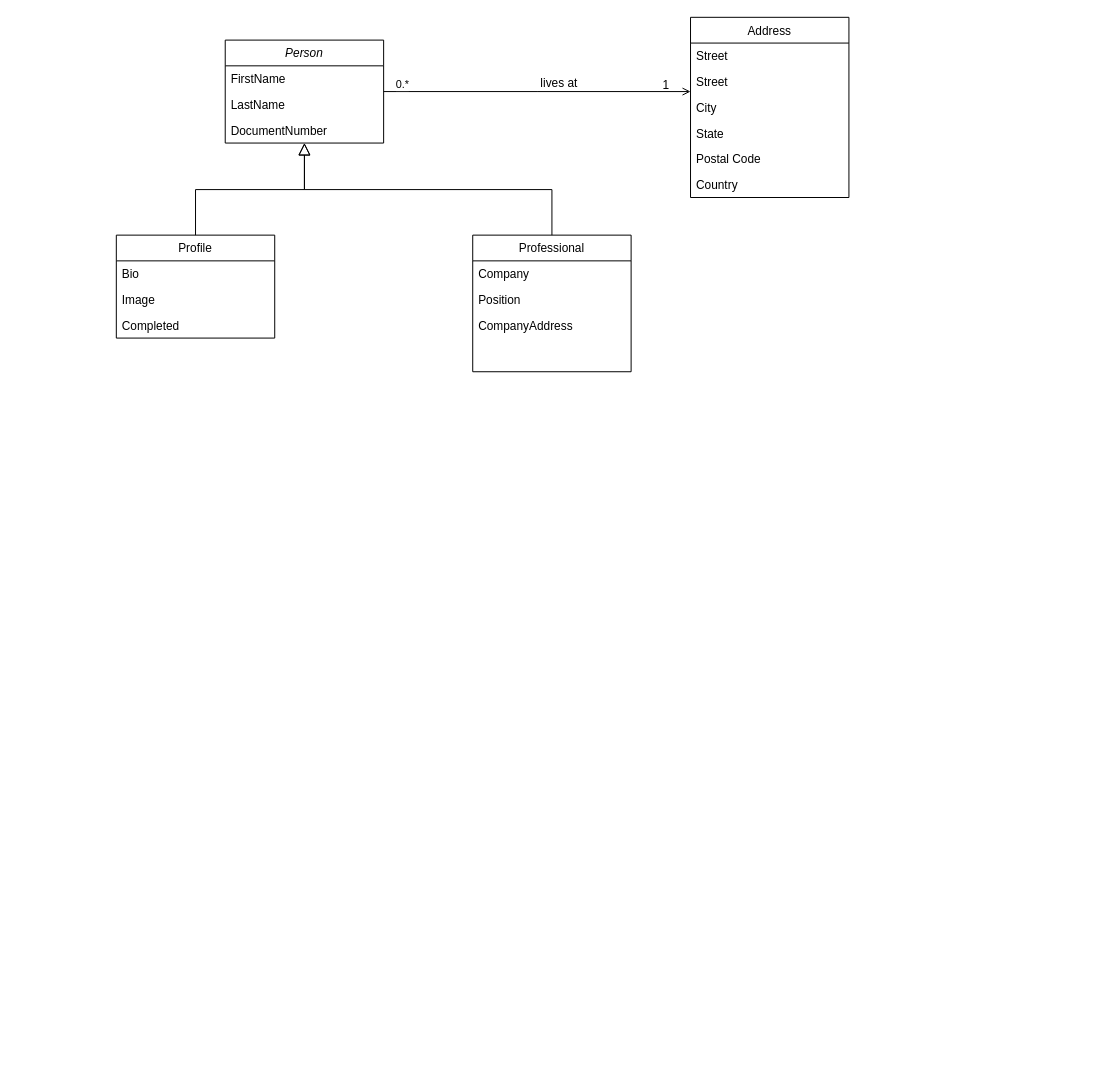
The draw.io diagram shared/Diagrams.net/Class Diagram.drawio in messiasGeovani/specialister-docs, before the edit. Source tidied: cells renumbered, new cells numbered last; positions are measured from the earlier drawing's top-left corner, leaving out a move shared by most shapes. Both pictures are drawn from the tidied source at 99%, with x=0, y=0 at pixel (116, 17).
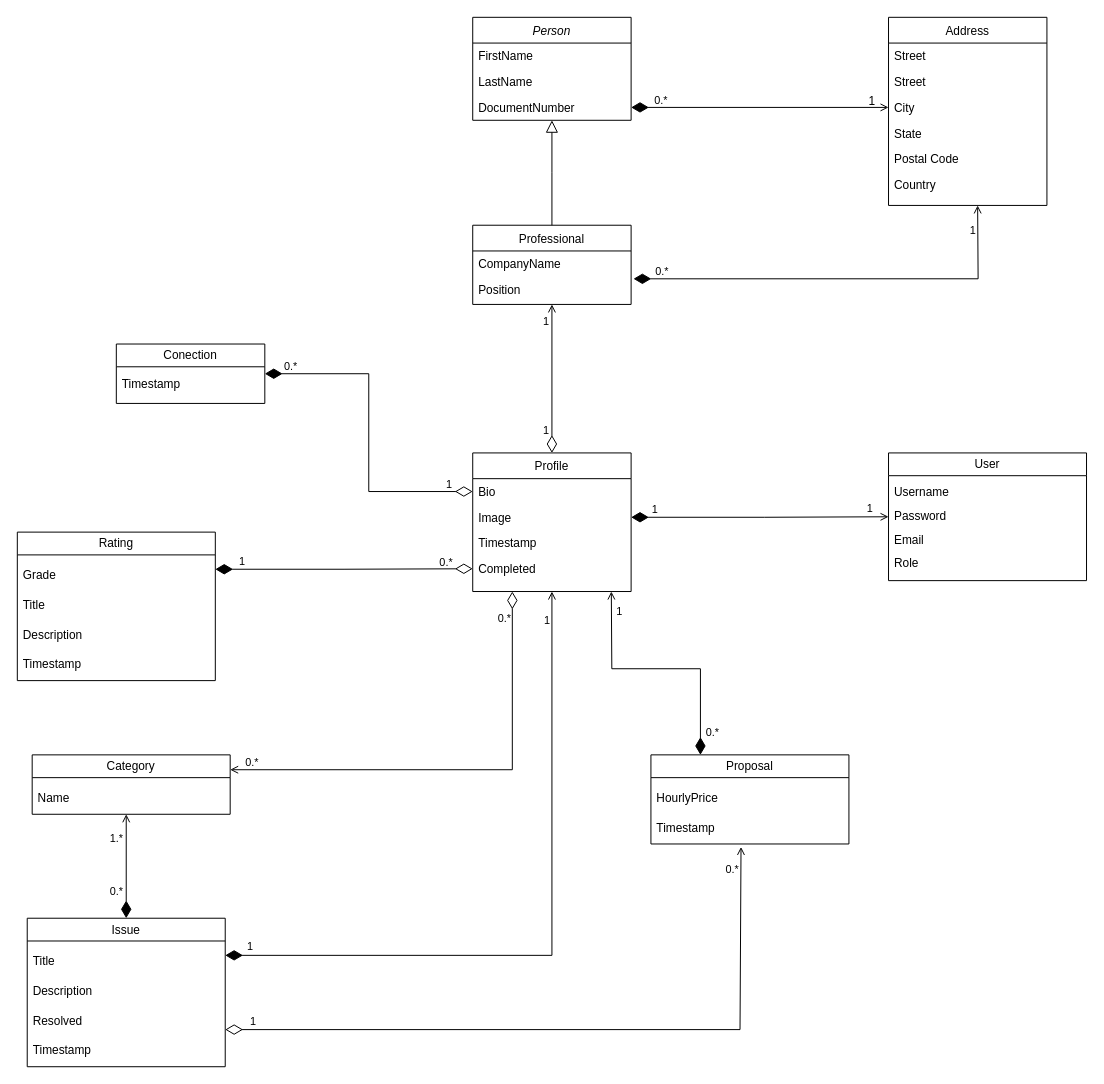
After the change.

Unchanged cells that the change refers to:
```xml
<mxCell id="12" value="Bio" style="text;align=left;verticalAlign=top;spacingLeft=4;spacingRight=4;overflow=hidden;points=[[0,0.5],[1,0.5]];portConstraint=eastwest;" parent="11" vertex="1">
  <mxGeometry y="26" width="160" height="26" as="geometry" />
</mxCell>
<mxCell id="13" value="Image" style="text;align=left;verticalAlign=top;spacingLeft=4;spacingRight=4;overflow=hidden;points=[[0,0.5],[1,0.5]];portConstraint=eastwest;" parent="11" vertex="1">
  <mxGeometry y="52" width="160" height="26" as="geometry" />
</mxCell>
<mxCell id="19" value="City" style="text;align=left;verticalAlign=top;spacingLeft=4;spacingRight=4;overflow=hidden;points=[[0,0.5],[1,0.5]];portConstraint=eastwest;rounded=0;shadow=0;html=0;" parent="16" vertex="1">
  <mxGeometry y="78" width="160" height="26" as="geometry" />
</mxCell>
```

The edit, as a diff of the source:
```diff
@@
     <mxCell id="2" value="Person" style="swimlane;fontStyle=2;align=center;verticalAlign=top;horizontal=1;startSize=26;rounded=0;shadow=0;strokeWidth=1;" parent="1" vertex="1">
-      <mxGeometry x="110" y="23" width="160" height="104" as="geometry" />
+      <mxGeometry x="360" width="160" height="104" as="geometry" />
     </mxCell>
@@
     <mxCell id="6" value="Professional" style="swimlane;fontStyle=0;align=center;verticalAlign=top;horizontal=1;startSize=26;rounded=0;shadow=0;strokeWidth=1;" parent="1" vertex="1">
-      <mxGeometry x="360" y="220" width="160" height="138" as="geometry" />
+      <mxGeometry x="360" y="210" width="160" height="80" as="geometry" />
     </mxCell>
-    <mxCell id="7" value="Company" style="text;align=left;verticalAlign=top;spacingLeft=4;spacingRight=4;overflow=hidden;points=[[0,0.5],[1,0.5]];portConstraint=eastwest;" parent="6" vertex="1">
+    <mxCell id="7" value="CompanyName" style="text;align=left;verticalAlign=top;spacingLeft=4;spacingRight=4;overflow=hidden;points=[[0,0.5],[1,0.5]];portConstraint=eastwest;" parent="6" vertex="1">
       <mxGeometry y="26" width="160" height="26" as="geometry" />
     </mxCell>
@@
-    <mxCell id="9" value="CompanyAddress" style="text;align=left;verticalAlign=top;spacingLeft=4;spacingRight=4;overflow=hidden;rounded=0;shadow=0;html=0;" parent="6" vertex="1">
-      <mxGeometry y="78" width="160" height="26" as="geometry" />
-    </mxCell>
@@
+    <mxCell id="27" style="edgeStyle=orthogonalEdgeStyle;rounded=0;jettySize=auto;html=1;exitX=0.5;exitY=0;exitDx=0;exitDy=0;entryX=0.5;entryY=1;entryDx=0;entryDy=0;endArrow=open;endFill=0;startArrow=diamondThin;startFill=0;startSize=15;" parent="1" edge="1" source="11" target="6">
+      <mxGeometry relative="1" as="geometry" />
+    </mxCell>
+    <mxCell id="28" value="1" style="edgeLabel;html=1;align=center;verticalAlign=middle;labelBackgroundColor=none;" parent="27" vertex="1">
+      <mxGeometry x="0.68" y="2" relative="1" as="geometry">
+        <mxPoint x="-5" y="-8" as="offset" />
+      </mxGeometry>
+    </mxCell>
+    <mxCell id="29" value="1" style="edgeLabel;html=1;align=center;verticalAlign=middle;labelBackgroundColor=none;" parent="27" vertex="1">
+      <mxGeometry x="-0.81" relative="1" as="geometry">
+        <mxPoint x="-7" y="-10" as="offset" />
+      </mxGeometry>
+    </mxCell>
+    <mxCell id="30" style="edgeStyle=orthogonalEdgeStyle;rounded=0;jettySize=auto;html=1;entryX=1;entryY=0.25;entryDx=0;entryDy=0;endArrow=diamondThin;endFill=1;endSize=15;startArrow=open;startFill=0;exitX=0.5;exitY=1;exitDx=0;exitDy=0;" parent="1" edge="1" source="11" target="61">
+      <mxGeometry relative="1" as="geometry" />
+    </mxCell>
+    <mxCell id="31" value="1" style="edgeLabel;html=1;align=center;verticalAlign=middle;labelBackgroundColor=none;" parent="30" vertex="1">
+      <mxGeometry x="0.91" relative="1" as="geometry">
+        <mxPoint x="-7" y="-9" as="offset" />
+      </mxGeometry>
+    </mxCell>
+    <mxCell id="32" value="1" style="edgeLabel;html=1;align=center;verticalAlign=middle;labelBackgroundColor=none;" parent="30" vertex="1">
+      <mxGeometry x="-0.92" y="1" relative="1" as="geometry">
+        <mxPoint x="-7" as="offset" />
+      </mxGeometry>
+    </mxCell>
     <mxCell id="11" value="Profile" style="swimlane;fontStyle=0;align=center;verticalAlign=top;horizontal=1;startSize=26;rounded=0;shadow=0;strokeWidth=1;" parent="1" vertex="1">
-      <mxGeometry y="220" width="160" height="104" as="geometry" />
+      <mxGeometry x="360" y="440" width="160" height="140" as="geometry" />
     </mxCell>
@@
-    <mxCell id="14" value="Completed" style="text;align=left;verticalAlign=top;spacingLeft=4;spacingRight=4;overflow=hidden;" parent="11" vertex="1">
+    <mxCell id="14" value="Timestamp" style="text;align=left;verticalAlign=top;spacingLeft=4;spacingRight=4;overflow=hidden;" parent="11" vertex="1">
       <mxGeometry y="78" width="160" height="26" as="geometry" />
     </mxCell>
-    <mxCell id="15" style="endArrow=block;endSize=10;endFill=0;shadow=0;strokeWidth=1;rounded=0;edgeStyle=elbowEdgeStyle;elbow=vertical;" parent="1" edge="1" source="11" target="2">
-      <mxGeometry relative="1" as="geometry" />
-    </mxCell>
+    <mxCell id="33" value="Completed" style="text;align=left;verticalAlign=top;spacingLeft=4;spacingRight=4;overflow=hidden;points=[[0,0.5],[1,0.5]];portConstraint=eastwest;" parent="11" vertex="1">
+      <mxGeometry y="104" width="160" height="26" as="geometry" />
+    </mxCell>
     <mxCell id="16" value="Address" style="swimlane;fontStyle=0;align=center;verticalAlign=top;horizontal=1;startSize=26;rounded=0;shadow=0;strokeWidth=1;" parent="1" vertex="1">
-      <mxGeometry x="580" width="160" height="182" as="geometry" />
+      <mxGeometry x="780" width="160" height="190" as="geometry" />
     </mxCell>
@@
-    <mxCell id="23" style="endArrow=open;shadow=0;strokeWidth=1;rounded=0;endFill=1;edgeStyle=elbowEdgeStyle;elbow=vertical;fontFamily=Helvetica;" parent="1" edge="1" source="2" target="16">
+    <mxCell id="23" style="endArrow=open;shadow=0;strokeWidth=1;rounded=0;endFill=1;edgeStyle=elbowEdgeStyle;elbow=vertical;fontFamily=Helvetica;entryX=0;entryY=0.5;entryDx=0;entryDy=0;startArrow=diamondThin;startFill=1;startSize=15;" parent="1" edge="1" source="2" target="19">
       <mxGeometry x="0.5" y="41" relative="1" as="geometry">
         <mxPoint x="-40" y="32" as="offset" />
       </mxGeometry>
     </mxCell>
     <mxCell id="24" value="1" style="align=right;verticalAlign=bottom;labelBackgroundColor=none;fontSize=12;" parent="23" vertex="1">
       <mxGeometry x="1" relative="1" as="geometry">
-        <mxPoint x="-20" y="2" as="offset" />
+        <mxPoint x="-12" y="2" as="offset" />
       </mxGeometry>
     </mxCell>
-    <mxCell id="25" value="lives at" style="text;html=1;align=center;verticalAlign=middle;labelBackgroundColor=none;rounded=0;shadow=0;strokeWidth=1;fontSize=12;" parent="23" vertex="1">
-      <mxGeometry x="0.5" y="49" relative="1" as="geometry">
-        <mxPoint x="-57" y="40" as="offset" />
-      </mxGeometry>
-    </mxCell>
-    <mxCell id="26" value="0.*" style="edgeLabel;html=1;align=center;verticalAlign=middle;" parent="23" vertex="1">
+    <mxCell id="26" value="0.*" style="edgeLabel;html=1;align=center;verticalAlign=middle;labelBackgroundColor=none;" parent="23" vertex="1">
       <mxGeometry x="-0.88" y="-1" relative="1" as="geometry">
-        <mxPoint x="-1" y="-9" as="offset" />
+        <mxPoint x="13" y="-9" as="offset" />
       </mxGeometry>
     </mxCell>
+    <mxCell id="34" style="edgeStyle=orthogonalEdgeStyle;rounded=0;jettySize=auto;html=1;endArrow=open;endFill=0;exitX=1.015;exitY=1.082;exitDx=0;exitDy=0;exitPerimeter=0;startArrow=diamondThin;startFill=1;startSize=15;" parent="1" edge="1" source="7">
+      <mxGeometry relative="1" as="geometry">
+        <mxPoint x="870" y="190" as="targetPoint" />
+      </mxGeometry>
+    </mxCell>
+    <mxCell id="35" value="1" style="edgeLabel;html=1;align=center;verticalAlign=middle;labelBackgroundColor=none;" parent="34" vertex="1">
+      <mxGeometry x="0.82" y="-2" relative="1" as="geometry">
+        <mxPoint x="-8" y="-14" as="offset" />
+      </mxGeometry>
+    </mxCell>
+    <mxCell id="36" value="0.*" style="edgeLabel;html=1;align=center;verticalAlign=middle;labelBackgroundColor=none;" parent="34" vertex="1">
+      <mxGeometry x="-0.93" y="-1" relative="1" as="geometry">
+        <mxPoint x="13" y="-9" as="offset" />
+      </mxGeometry>
+    </mxCell>
+    <mxCell id="37" value="&lt;span style=&quot;font-weight: normal;&quot;&gt;User&lt;/span&gt;" style="swimlane;whiteSpace=wrap;html=1;" parent="1" vertex="1">
+      <mxGeometry x="780" y="440" width="200" height="129" as="geometry" />
+    </mxCell>
+    <mxCell id="38" value="Username" style="text;strokeColor=none;fillColor=none;align=left;verticalAlign=top;rounded=0;spacingLeft=4;spacingRight=4;" parent="37" vertex="1">
+      <mxGeometry y="26" width="200" height="24" as="geometry" />
+    </mxCell>
+    <mxCell id="39" value="Password" style="text;strokeColor=none;fillColor=none;align=left;verticalAlign=top;rounded=0;spacingLeft=4;spacingRight=4;" parent="37" vertex="1">
+      <mxGeometry y="50" width="200" height="24" as="geometry" />
+    </mxCell>
+    <mxCell id="40" value="Email" style="text;strokeColor=none;fillColor=none;align=left;verticalAlign=top;rounded=0;spacingLeft=4;spacingRight=4;" parent="37" vertex="1">
+      <mxGeometry y="74" width="200" height="24" as="geometry" />
+    </mxCell>
+    <mxCell id="41" value="Role" style="text;strokeColor=none;fillColor=none;align=left;verticalAlign=top;rounded=0;spacingLeft=4;spacingRight=4;" parent="37" vertex="1">
+      <mxGeometry y="98" width="200" height="24" as="geometry" />
+    </mxCell>
+    <mxCell id="42" style="edgeStyle=orthogonalEdgeStyle;rounded=0;jettySize=auto;html=1;entryX=0;entryY=0.5;entryDx=0;entryDy=0;endArrow=open;endFill=0;exitX=1;exitY=0.5;exitDx=0;exitDy=0;startArrow=diamondThin;startFill=1;startSize=15;" parent="1" edge="1" source="13" target="37">
+      <mxGeometry relative="1" as="geometry" />
+    </mxCell>
+    <mxCell id="43" value="1" style="edgeLabel;html=1;align=center;verticalAlign=middle;labelBackgroundColor=none;" parent="42" vertex="1">
+      <mxGeometry x="-0.79" y="2" relative="1" as="geometry">
+        <mxPoint x="-4" y="-7" as="offset" />
+      </mxGeometry>
+    </mxCell>
+    <mxCell id="44" value="1" style="edgeLabel;html=1;align=center;verticalAlign=middle;labelBackgroundColor=none;" parent="42" vertex="1">
+      <mxGeometry x="0.83" y="1" relative="1" as="geometry">
+        <mxPoint x="3" y="-8" as="offset" />
+      </mxGeometry>
+    </mxCell>
+    <mxCell id="45" style="edgeStyle=orthogonalEdgeStyle;rounded=0;jettySize=auto;html=1;entryX=0;entryY=0.5;entryDx=0;entryDy=0;endArrow=diamondThin;endFill=0;endSize=15;startArrow=diamondThin;startFill=1;startSize=15;exitX=1;exitY=0.5;exitDx=0;exitDy=0;" parent="1" edge="1" source="48" target="12">
+      <mxGeometry relative="1" as="geometry" />
+    </mxCell>
+    <mxCell id="46" value="1" style="edgeLabel;html=1;align=center;verticalAlign=middle;labelBackgroundColor=none;" parent="45" vertex="1">
+      <mxGeometry x="0.82" y="1" relative="1" as="geometry">
+        <mxPoint x="5" y="-7" as="offset" />
+      </mxGeometry>
+    </mxCell>
+    <mxCell id="47" value="0.*" style="edgeLabel;html=1;align=center;verticalAlign=middle;labelBackgroundColor=none;" parent="45" vertex="1">
+      <mxGeometry x="-0.7" y="3" relative="1" as="geometry">
+        <mxPoint x="-24" y="-5" as="offset" />
+      </mxGeometry>
+    </mxCell>
+    <mxCell id="48" value="&lt;span style=&quot;font-weight: normal;&quot;&gt;Conection&lt;/span&gt;" style="swimlane;whiteSpace=wrap;html=1;" parent="1" vertex="1">
+      <mxGeometry y="330" width="150" height="60" as="geometry" />
+    </mxCell>
+    <mxCell id="49" value="Timestamp" style="text;html=1;strokeColor=none;fillColor=none;align=left;verticalAlign=middle;whiteSpace=wrap;rounded=0;spacingLeft=4;spacingRight=4;" parent="48" vertex="1">
+      <mxGeometry y="26" width="140" height="30" as="geometry" />
+    </mxCell>
+    <mxCell id="50" style="edgeStyle=orthogonalEdgeStyle;rounded=0;jettySize=auto;html=1;exitX=1;exitY=0.25;exitDx=0;exitDy=0;entryX=0;entryY=0.5;entryDx=0;entryDy=0;endArrow=diamondThin;endFill=0;endSize=15;startArrow=diamondThin;startFill=1;startSize=15;" parent="1" edge="1" source="53" target="33">
+      <mxGeometry relative="1" as="geometry" />
+    </mxCell>
+    <mxCell id="51" value="1" style="edgeLabel;html=1;align=center;verticalAlign=middle;labelBackgroundColor=none;" parent="50" vertex="1">
+      <mxGeometry x="-0.78" y="-3" relative="1" as="geometry">
+        <mxPoint x="-3" y="-11" as="offset" />
+      </mxGeometry>
+    </mxCell>
+    <mxCell id="52" value="0.*" style="edgeLabel;html=1;align=center;verticalAlign=middle;labelBackgroundColor=none;" parent="50" vertex="1">
+      <mxGeometry x="0.78" y="1" relative="1" as="geometry">
+        <mxPoint x="1" y="-6" as="offset" />
+      </mxGeometry>
+    </mxCell>
+    <mxCell id="53" value="&lt;span style=&quot;font-weight: normal;&quot;&gt;Rating&lt;/span&gt;" style="swimlane;whiteSpace=wrap;html=1;" parent="1" vertex="1">
+      <mxGeometry x="-100" y="520" width="200" height="150" as="geometry" />
+    </mxCell>
+    <mxCell id="54" value="Grade" style="text;html=1;strokeColor=none;fillColor=none;align=left;verticalAlign=top;whiteSpace=wrap;rounded=0;spacingLeft=4;spacingRight=4;" parent="53" vertex="1">
+      <mxGeometry y="30" width="190" height="30" as="geometry" />
+    </mxCell>
+    <mxCell id="55" value="Title" style="text;html=1;strokeColor=none;fillColor=none;align=left;verticalAlign=top;whiteSpace=wrap;rounded=0;spacingLeft=4;spacingRight=4;" parent="53" vertex="1">
+      <mxGeometry y="60" width="190" height="30" as="geometry" />
+    </mxCell>
+    <mxCell id="56" value="Description" style="text;html=1;strokeColor=none;fillColor=none;align=left;verticalAlign=top;whiteSpace=wrap;rounded=0;spacingLeft=4;spacingRight=4;" parent="53" vertex="1">
+      <mxGeometry y="90" width="190" height="30" as="geometry" />
+    </mxCell>
+    <mxCell id="57" value="Timestamp" style="text;html=1;strokeColor=none;fillColor=none;align=left;verticalAlign=top;whiteSpace=wrap;rounded=0;spacingLeft=4;spacingRight=4;" parent="53" vertex="1">
+      <mxGeometry y="120" width="190" height="30" as="geometry" />
+    </mxCell>
+    <mxCell id="58" style="edgeStyle=orthogonalEdgeStyle;rounded=0;jettySize=auto;html=1;exitX=1;exitY=0.75;exitDx=0;exitDy=0;endArrow=open;endFill=0;startArrow=diamondThin;startFill=0;startSize=15;entryX=0.455;entryY=1.1;entryDx=0;entryDy=0;entryPerimeter=0;" parent="1" edge="1" source="61" target="71">
+      <mxGeometry relative="1" as="geometry">
+        <Array as="points">
+          <mxPoint x="630" y="1023" />
+        </Array>
+      </mxGeometry>
+    </mxCell>
+    <mxCell id="59" value="1" style="edgeLabel;html=1;align=center;verticalAlign=middle;labelBackgroundColor=none;" parent="58" vertex="1">
+      <mxGeometry x="-0.84" y="-1" relative="1" as="geometry">
+        <mxPoint x="-29" y="-10" as="offset" />
+      </mxGeometry>
+    </mxCell>
+    <mxCell id="60" value="0.*" style="edgeLabel;html=1;align=center;verticalAlign=middle;labelBackgroundColor=none;" parent="58" vertex="1">
+      <mxGeometry x="0.73" y="-2" relative="1" as="geometry">
+        <mxPoint x="-11" y="-73" as="offset" />
+      </mxGeometry>
+    </mxCell>
+    <mxCell id="61" value="&lt;span style=&quot;font-weight: normal;&quot;&gt;Issue&lt;/span&gt;" style="swimlane;whiteSpace=wrap;html=1;" parent="1" vertex="1">
+      <mxGeometry x="-90" y="910" width="200" height="150" as="geometry" />
+    </mxCell>
+    <mxCell id="62" value="Title" style="text;html=1;strokeColor=none;fillColor=none;align=left;verticalAlign=top;whiteSpace=wrap;rounded=0;spacingLeft=4;spacingRight=4;" parent="61" vertex="1">
+      <mxGeometry y="30" width="190" height="30" as="geometry" />
+    </mxCell>
+    <mxCell id="63" value="Description" style="text;html=1;strokeColor=none;fillColor=none;align=left;verticalAlign=top;whiteSpace=wrap;rounded=0;spacingLeft=4;spacingRight=4;" parent="61" vertex="1">
+      <mxGeometry y="60" width="190" height="30" as="geometry" />
+    </mxCell>
+    <mxCell id="64" value="Resolved" style="text;html=1;strokeColor=none;fillColor=none;align=left;verticalAlign=top;whiteSpace=wrap;rounded=0;spacingLeft=4;spacingRight=4;" parent="61" vertex="1">
+      <mxGeometry y="90" width="190" height="30" as="geometry" />
+    </mxCell>
+    <mxCell id="65" value="Timestamp" style="text;html=1;strokeColor=none;fillColor=none;align=left;verticalAlign=top;whiteSpace=wrap;rounded=0;spacingLeft=4;spacingRight=4;" parent="61" vertex="1">
+      <mxGeometry y="120" width="190" height="30" as="geometry" />
+    </mxCell>
+    <mxCell id="66" style="edgeStyle=orthogonalEdgeStyle;rounded=0;jettySize=auto;html=1;exitX=0.25;exitY=0;exitDx=0;exitDy=0;endArrow=open;endFill=0;startArrow=diamondThin;startFill=1;startSize=15;" parent="1" edge="1" source="69">
+      <mxGeometry relative="1" as="geometry">
+        <mxPoint x="500" y="580" as="targetPoint" />
+      </mxGeometry>
+    </mxCell>
+    <mxCell id="67" value="1" style="edgeLabel;html=1;align=center;verticalAlign=middle;labelBackgroundColor=none;" parent="66" vertex="1">
+      <mxGeometry x="0.85" y="1" relative="1" as="geometry">
+        <mxPoint x="8" as="offset" />
+      </mxGeometry>
+    </mxCell>
+    <mxCell id="68" value="0.*" style="edgeLabel;html=1;align=center;verticalAlign=middle;labelBackgroundColor=none;" parent="66" vertex="1">
+      <mxGeometry x="-0.76" y="1" relative="1" as="geometry">
+        <mxPoint x="12" y="7" as="offset" />
+      </mxGeometry>
+    </mxCell>
+    <mxCell id="69" value="&lt;span style=&quot;font-weight: normal;&quot;&gt;Proposal&lt;/span&gt;" style="swimlane;whiteSpace=wrap;html=1;" parent="1" vertex="1">
+      <mxGeometry x="540" y="745" width="200" height="90" as="geometry" />
+    </mxCell>
+    <mxCell id="70" value="HourlyPrice" style="text;html=1;strokeColor=none;fillColor=none;align=left;verticalAlign=top;whiteSpace=wrap;rounded=0;spacingLeft=4;spacingRight=4;" parent="69" vertex="1">
+      <mxGeometry y="30" width="200" height="30" as="geometry" />
+    </mxCell>
+    <mxCell id="71" value="Timestamp" style="text;html=1;strokeColor=none;fillColor=none;align=left;verticalAlign=top;whiteSpace=wrap;rounded=0;spacingLeft=4;spacingRight=4;" parent="69" vertex="1">
+      <mxGeometry y="60" width="200" height="30" as="geometry" />
+    </mxCell>
+    <mxCell id="72" style="edgeStyle=orthogonalEdgeStyle;rounded=0;jettySize=auto;html=1;exitX=1;exitY=0.25;exitDx=0;exitDy=0;entryX=0.25;entryY=1;entryDx=0;entryDy=0;labelBackgroundColor=default;endArrow=diamondThin;endFill=0;endSize=15;startArrow=open;startFill=0;" parent="1" edge="1" source="75" target="11">
+      <mxGeometry relative="1" as="geometry" />
+    </mxCell>
+    <mxCell id="73" value="0.*" style="edgeLabel;html=1;align=center;verticalAlign=middle;labelBackgroundColor=none;" parent="72" vertex="1">
+      <mxGeometry x="0.82" y="-2" relative="1" as="geometry">
+        <mxPoint x="-11" y="-16" as="offset" />
+      </mxGeometry>
+    </mxCell>
+    <mxCell id="74" value="0.*" style="edgeLabel;html=1;align=center;verticalAlign=middle;labelBackgroundColor=none;" parent="72" vertex="1">
+      <mxGeometry x="-0.87" y="-2" relative="1" as="geometry">
+        <mxPoint x="-9" y="-10" as="offset" />
+      </mxGeometry>
+    </mxCell>
+    <mxCell id="75" value="&lt;span style=&quot;font-weight: normal;&quot;&gt;Category&lt;/span&gt;" style="swimlane;whiteSpace=wrap;html=1;" parent="1" vertex="1">
+      <mxGeometry x="-85" y="745" width="200" height="60" as="geometry" />
+    </mxCell>
+    <mxCell id="76" value="Name" style="text;html=1;strokeColor=none;fillColor=none;align=left;verticalAlign=top;whiteSpace=wrap;rounded=0;spacingLeft=4;spacingRight=4;" parent="75" vertex="1">
+      <mxGeometry y="30" width="190" height="30" as="geometry" />
+    </mxCell>
+    <mxCell id="77" style="edgeStyle=orthogonalEdgeStyle;rounded=0;jettySize=auto;html=1;exitX=0.5;exitY=1;exitDx=0;exitDy=0;entryX=0.5;entryY=0;entryDx=0;entryDy=0;endArrow=diamondThin;endFill=1;endSize=15;startArrow=open;startFill=0;" parent="1" edge="1" source="76" target="61">
+      <mxGeometry relative="1" as="geometry" />
+    </mxCell>
+    <mxCell id="78" value="1.*" style="edgeLabel;html=1;align=center;verticalAlign=middle;labelBackgroundColor=none;" parent="77" vertex="1">
+      <mxGeometry x="-0.24" y="-1" relative="1" as="geometry">
+        <mxPoint x="-10" y="-16" as="offset" />
+      </mxGeometry>
+    </mxCell>
+    <mxCell id="79" value="0.*" style="edgeLabel;html=1;align=center;verticalAlign=middle;labelBackgroundColor=none;" parent="77" vertex="1">
+      <mxGeometry x="0.28" relative="1" as="geometry">
+        <mxPoint x="-11" y="10" as="offset" />
+      </mxGeometry>
+    </mxCell>
```
